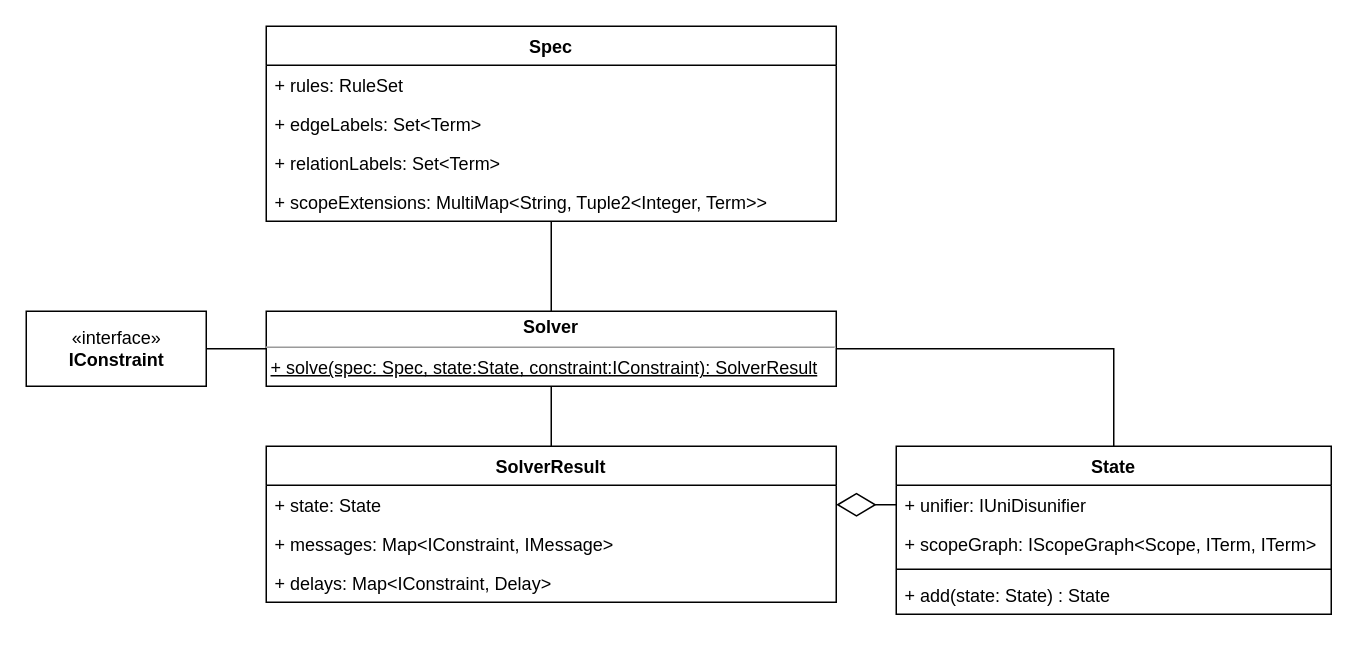
Before: page "Solver-UML" (18 of 19) of Spoofax3 Diagrams.drawio in AZWN/Spoofax-pie-diagrams, a draw.io diagram. Source tidied: cells renumbered, new cells numbered last; positions are measured from the earlier drawing's top-left corner, leaving out a move shared by most shapes. Both pictures are drawn from the tidied source at 150%, with x=0, y=0 at pixel (26, 26).
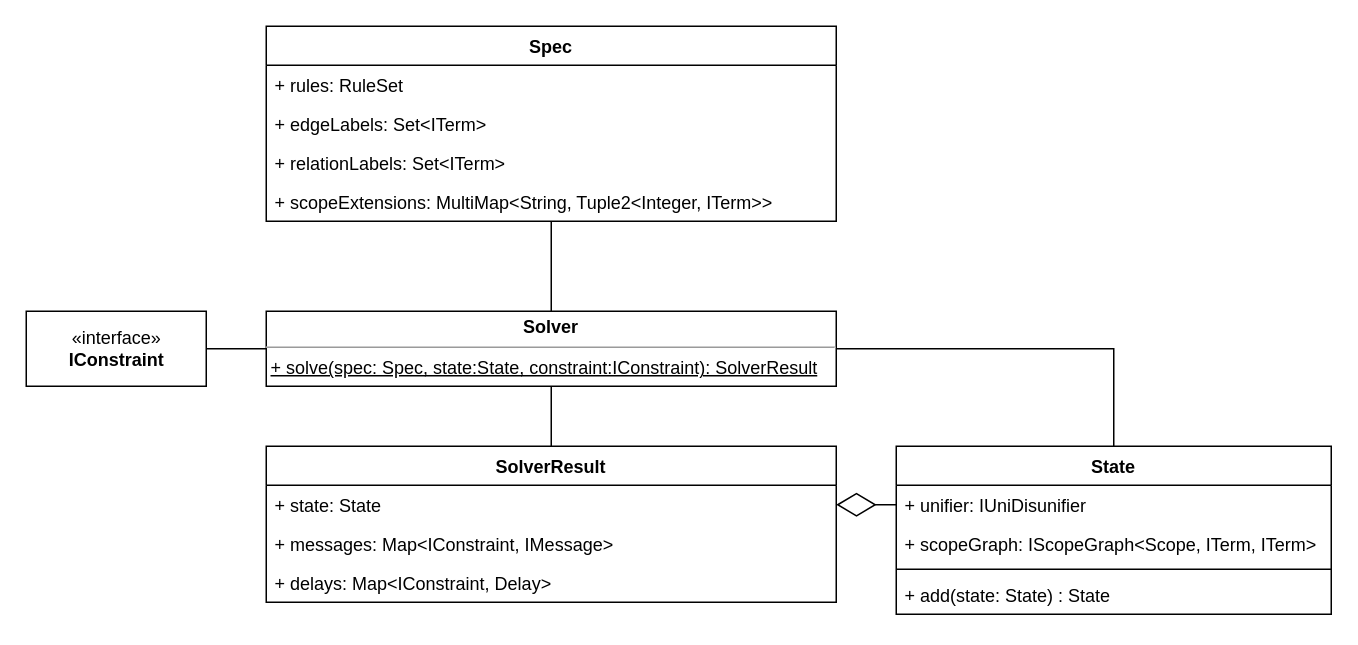
Above is the later version.

Commit message:
Correct Term to ITerm types

The change refers to these unchanged cells:
```xml
<mxCell id="7" value="Spec" style="swimlane;fontStyle=1;horizontal=1;startSize=26;fillColor=none;" parent="1" vertex="1">
  <mxGeometry x="160" width="380" height="130" as="geometry" />
</mxCell>
```

Diff of the diagram source:
```diff
@@
-    <mxCell id="9" value="+ edgeLabels: Set&lt;Term&gt;" style="text;strokeColor=none;fillColor=none;align=left;verticalAlign=top;spacingLeft=4;spacingRight=4;overflow=hidden;" parent="7" vertex="1">
+    <mxCell id="9" value="+ edgeLabels: Set&lt;ITerm&gt;" style="text;strokeColor=none;fillColor=none;align=left;verticalAlign=top;spacingLeft=4;spacingRight=4;overflow=hidden;" parent="7" vertex="1">
       <mxGeometry y="52" width="380" height="26" as="geometry" />
     </mxCell>
-    <mxCell id="10" value="+ relationLabels: Set&lt;Term&gt;" style="text;strokeColor=none;fillColor=none;align=left;verticalAlign=top;spacingLeft=4;spacingRight=4;overflow=hidden;" parent="7" vertex="1">
+    <mxCell id="10" value="+ relationLabels: Set&lt;ITerm&gt;" style="text;strokeColor=none;fillColor=none;align=left;verticalAlign=top;spacingLeft=4;spacingRight=4;overflow=hidden;" parent="7" vertex="1">
       <mxGeometry y="78" width="380" height="26" as="geometry" />
     </mxCell>
-    <mxCell id="11" value="+ scopeExtensions: MultiMap&lt;String, Tuple2&lt;Integer, Term&gt;&gt;" style="text;strokeColor=none;fillColor=none;align=left;verticalAlign=top;spacingLeft=4;spacingRight=4;overflow=hidden;" parent="7" vertex="1">
+    <mxCell id="11" value="+ scopeExtensions: MultiMap&lt;String, Tuple2&lt;Integer, ITerm&gt;&gt;" style="text;strokeColor=none;fillColor=none;align=left;verticalAlign=top;spacingLeft=4;spacingRight=4;overflow=hidden;" parent="7" vertex="1">
       <mxGeometry y="104" width="380" height="26" as="geometry" />
     </mxCell>
```
